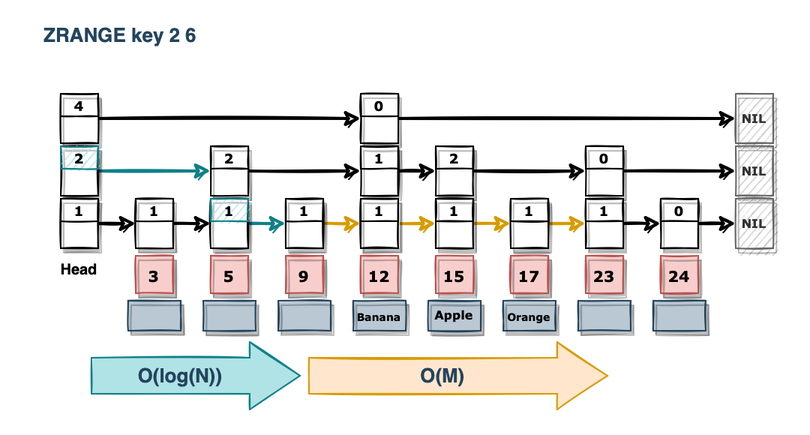
This is img/posts/recently-viewed-items-calc-range.png from miintto/miintto.github.io, a draw.io export, as it was before one commit. Source tidied: cells renumbered, new cells last; positions are measured from the earlier drawing's top-left corner, leaving out a move shared by most shapes.
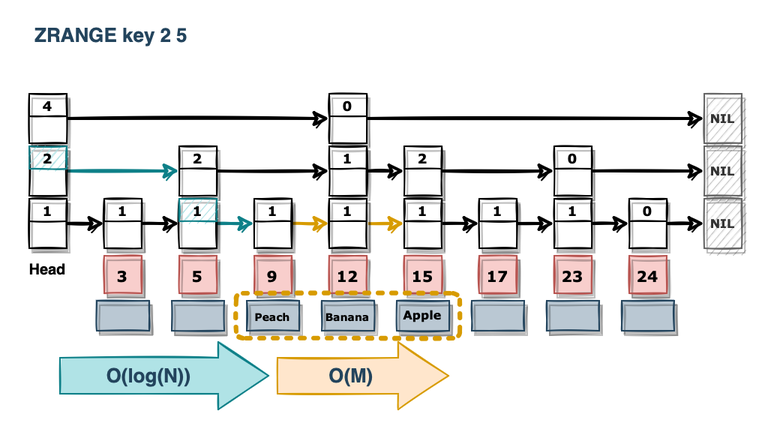
Later version of the same file.

Change to the diagram source:
```diff
@@ -3,7 +3,7 @@
     <mxCell id="0" />
     <mxCell id="1" parent="0" />
     <mxCell id="2" style="rounded=0;whiteSpace=wrap;html=1;sketch=0;fontFamily=Verdana;fontSize=12;strokeColor=none;" parent="1" vertex="1">
-      <mxGeometry width="540" height="290" as="geometry" />
+      <mxGeometry x="20" width="520" height="290" as="geometry" />
     </mxCell>
     <mxCell id="3" style="edgeStyle=orthogonalEdgeStyle;shape=connector;rounded=0;sketch=1;jiggle=0.5;curveFitting=1;jettySize=auto;html=1;exitX=1;exitY=0.5;exitDx=0;exitDy=0;entryX=0;entryY=0.5;entryDx=0;entryDy=0;labelBackgroundColor=default;strokeColor=default;strokeWidth=2;align=center;verticalAlign=middle;fontFamily=Helvetica;fontSize=12;fontColor=default;endArrow=classic;" parent="1" edge="1" source="4" target="39">
       <mxGeometry relative="1" as="geometry" />
@@ -53,7 +53,7 @@
     <mxCell id="18" style="rounded=0;whiteSpace=wrap;html=1;shadow=1;sketch=1;jiggle=0.5;fillStyle=solid;curveFitting=0.5;strokeColor=default;align=center;verticalAlign=middle;fontFamily=Verdana;fontSize=9;fontColor=default;fillColor=default;" parent="1" vertex="1">
       <mxGeometry x="190" y="132" width="25" height="33" as="geometry" />
     </mxCell>
-    <mxCell id="19" style="edgeStyle=orthogonalEdgeStyle;shape=connector;rounded=0;sketch=1;jiggle=0.5;curveFitting=1;jettySize=auto;html=1;exitX=1;exitY=0.5;exitDx=0;exitDy=0;entryX=0;entryY=0.5;entryDx=0;entryDy=0;labelBackgroundColor=default;strokeColor=#d79b00;strokeWidth=2;align=center;verticalAlign=middle;fontFamily=Helvetica;fontSize=12;fontColor=default;endArrow=classic;fillColor=#ffe6cc;" parent="1" edge="1" source="20" target="28">
+    <mxCell id="19" style="edgeStyle=orthogonalEdgeStyle;shape=connector;rounded=0;sketch=1;jiggle=0.5;curveFitting=1;jettySize=auto;html=1;exitX=1;exitY=0.5;exitDx=0;exitDy=0;entryX=0;entryY=0.5;entryDx=0;entryDy=0;labelBackgroundColor=default;strokeColor=#000000;strokeWidth=2;align=center;verticalAlign=middle;fontFamily=Helvetica;fontSize=12;fontColor=default;endArrow=classic;fillColor=#ffe6cc;" parent="1" edge="1" source="20" target="28">
       <mxGeometry relative="1" as="geometry" />
     </mxCell>
     <mxCell id="20" style="rounded=0;whiteSpace=wrap;html=1;shadow=1;sketch=1;jiggle=0.5;fillStyle=solid;curveFitting=0.5;strokeColor=default;align=center;verticalAlign=middle;fontFamily=Verdana;fontSize=8;fontColor=default;fillColor=default;fontStyle=1;" parent="1" vertex="1">
@@ -128,7 +128,7 @@
     <mxCell id="43" style="rounded=0;whiteSpace=wrap;html=1;shadow=1;sketch=1;jiggle=0.5;fillStyle=solid;curveFitting=0.5;strokeColor=default;align=center;verticalAlign=middle;fontFamily=Verdana;fontSize=8;fontColor=default;fillColor=default;fontStyle=1;" parent="1" vertex="1">
       <mxGeometry x="290" y="97" width="25" height="33" as="geometry" />
     </mxCell>
-    <mxCell id="44" style="edgeStyle=orthogonalEdgeStyle;shape=connector;rounded=0;sketch=1;jiggle=0.5;curveFitting=1;jettySize=auto;html=1;exitX=1;exitY=0.5;exitDx=0;exitDy=0;entryX=0;entryY=0.5;entryDx=0;entryDy=0;labelBackgroundColor=default;strokeColor=#d79b00;strokeWidth=2;align=center;verticalAlign=middle;fontFamily=Helvetica;fontSize=12;fontColor=default;endArrow=classic;endFill=1;fillColor=#ffe6cc;" parent="1" edge="1" source="45" target="20">
+    <mxCell id="44" style="edgeStyle=orthogonalEdgeStyle;shape=connector;rounded=0;sketch=1;jiggle=0.5;curveFitting=1;jettySize=auto;html=1;exitX=1;exitY=0.5;exitDx=0;exitDy=0;entryX=0;entryY=0.5;entryDx=0;entryDy=0;labelBackgroundColor=default;strokeColor=#000000;strokeWidth=2;align=center;verticalAlign=middle;fontFamily=Helvetica;fontSize=12;fontColor=default;endArrow=classic;endFill=1;fillColor=#ffe6cc;" parent="1" edge="1" source="45" target="20">
       <mxGeometry relative="1" as="geometry" />
     </mxCell>
     <mxCell id="45" style="rounded=0;whiteSpace=wrap;html=1;shadow=1;sketch=1;jiggle=0.5;fillStyle=solid;curveFitting=0.5;strokeColor=default;align=center;verticalAlign=middle;fontFamily=Verdana;fontSize=8;fontColor=default;fillColor=default;fontStyle=1;" parent="1" vertex="1">
@@ -185,8 +185,8 @@
     <mxCell id="62" value="0" style="rounded=0;whiteSpace=wrap;html=1;shadow=0;sketch=1;jiggle=0.5;fillStyle=solid;curveFitting=0.5;strokeColor=default;align=center;verticalAlign=middle;fontFamily=Verdana;fontSize=9;fontColor=default;fillColor=none;fontStyle=1;" parent="1" vertex="1">
       <mxGeometry x="390" y="97" width="25" height="15" as="geometry" />
     </mxCell>
-    <mxCell id="63" value="ZRANGE key 2 6" style="text;html=1;strokeColor=none;fillColor=none;align=center;verticalAlign=middle;whiteSpace=wrap;rounded=0;fontSize=13;fontFamily=Helvetica;fontColor=#23445D;fontStyle=1;" parent="1" vertex="1">
-      <mxGeometry x="20" y="12.5" width="120" height="20" as="geometry" />
+    <mxCell id="63" value="ZRANGE key 2 5" style="text;html=1;strokeColor=none;fillColor=none;align=center;verticalAlign=middle;whiteSpace=wrap;rounded=0;fontSize=13;fontFamily=Helvetica;fontColor=#23445D;fontStyle=1;" parent="1" vertex="1">
+      <mxGeometry x="40" y="12.5" width="110" height="20" as="geometry" />
     </mxCell>
     <mxCell id="64" value="Banana" style="rounded=0;whiteSpace=wrap;html=1;shadow=1;sketch=1;jiggle=0.5;fillStyle=solid;curveFitting=0.5;strokeColor=#23445d;align=center;verticalAlign=middle;fontFamily=Verdana;fontSize=7;fillColor=#bac8d3;fontStyle=1;" parent="1" vertex="1">
       <mxGeometry x="235" y="200" width="35" height="20" as="geometry" />
@@ -194,10 +194,10 @@
     <mxCell id="65" value="Apple" style="rounded=0;whiteSpace=wrap;html=1;shadow=1;sketch=1;jiggle=0.5;fillStyle=solid;curveFitting=0.5;strokeColor=#23445d;align=center;verticalAlign=middle;fontFamily=Verdana;fontSize=8;fillColor=#bac8d3;fontStyle=1;" parent="1" vertex="1">
       <mxGeometry x="285" y="200" width="35" height="20" as="geometry" />
     </mxCell>
-    <mxCell id="66" value="Orange" style="rounded=0;whiteSpace=wrap;html=1;shadow=1;sketch=1;jiggle=0.5;fillStyle=solid;curveFitting=0.5;strokeColor=#23445d;align=center;verticalAlign=middle;fontFamily=Verdana;fontSize=7;fillColor=#bac8d3;fontStyle=1;" parent="1" vertex="1">
+    <mxCell id="66" style="rounded=0;whiteSpace=wrap;html=1;shadow=1;sketch=1;jiggle=0.5;fillStyle=solid;curveFitting=0.5;strokeColor=#23445d;align=center;verticalAlign=middle;fontFamily=Verdana;fontSize=7;fillColor=#bac8d3;fontStyle=1;" parent="1" vertex="1">
       <mxGeometry x="335" y="200" width="35" height="20" as="geometry" />
     </mxCell>
-    <mxCell id="67" style="rounded=0;whiteSpace=wrap;html=1;shadow=1;sketch=1;jiggle=0.5;fillStyle=solid;curveFitting=0.5;strokeColor=#23445d;align=center;verticalAlign=middle;fontFamily=Verdana;fontSize=7;fillColor=#bac8d3;fontStyle=1;" parent="1" vertex="1">
+    <mxCell id="67" value="Peach" style="rounded=0;whiteSpace=wrap;html=1;shadow=1;sketch=1;jiggle=0.5;fillStyle=solid;curveFitting=0.5;strokeColor=#23445d;align=center;verticalAlign=middle;fontFamily=Verdana;fontSize=7;fillColor=#bac8d3;fontStyle=1;" parent="1" vertex="1">
       <mxGeometry x="185" y="200" width="35" height="20" as="geometry" />
     </mxCell>
     <mxCell id="68" style="rounded=0;whiteSpace=wrap;html=1;shadow=1;sketch=1;jiggle=0.5;fillStyle=solid;curveFitting=0.5;strokeColor=#23445d;align=center;verticalAlign=middle;fontFamily=Verdana;fontSize=7;fillColor=#bac8d3;fontStyle=1;" parent="1" vertex="1">
@@ -221,14 +221,17 @@
     <mxCell id="73" style="shape=flexArrow;endArrow=classic;html=1;rounded=0;labelBackgroundColor=default;sketch=1;jiggle=0.5;curveFitting=1;strokeColor=#d79b00;strokeWidth=1;align=center;verticalAlign=middle;fontFamily=Helvetica;fontSize=12;fontColor=default;fillColor=#ffe6cc;fillStyle=solid;width=24;startWidth=10;endWidth=20;endSize=10.857142857142858;" parent="1" edge="1">
       <mxGeometry relative="1" as="geometry">
         <mxPoint x="205" y="250" as="sourcePoint" />
-        <mxPoint x="405" y="250" as="targetPoint" />
+        <mxPoint x="320" y="250" as="targetPoint" />
       </mxGeometry>
     </mxCell>
     <mxCell id="74" value="O(log(N))" style="text;html=1;strokeColor=none;fillColor=none;align=center;verticalAlign=middle;whiteSpace=wrap;rounded=0;fontSize=13;fontFamily=Helvetica;fontColor=#23445D;fontStyle=1;" parent="1" vertex="1">
       <mxGeometry x="60" y="240" width="120" height="20" as="geometry" />
     </mxCell>
     <mxCell id="75" value="O(M)" style="text;html=1;strokeColor=none;fillColor=none;align=center;verticalAlign=middle;whiteSpace=wrap;rounded=0;fontSize=13;fontFamily=Helvetica;fontColor=#23445D;fontStyle=1;" parent="1" vertex="1">
-      <mxGeometry x="210" y="240" width="170" height="20" as="geometry" />
+      <mxGeometry x="210" y="240" width="90" height="20" as="geometry" />
     </mxCell>
+    <mxCell id="76" style="rounded=1;whiteSpace=wrap;html=1;fillColor=none;strokeColor=#d79b00;strokeWidth=3;dashed=1;dashPattern=1 2;fillStyle=solid;sketch=1;curveFitting=1;jiggle=.5;" parent="1" vertex="1">
+      <mxGeometry x="178" y="195" width="149" height="30" as="geometry" />
+    </mxCell>
   </root>
 </mxGraphModel>
```
